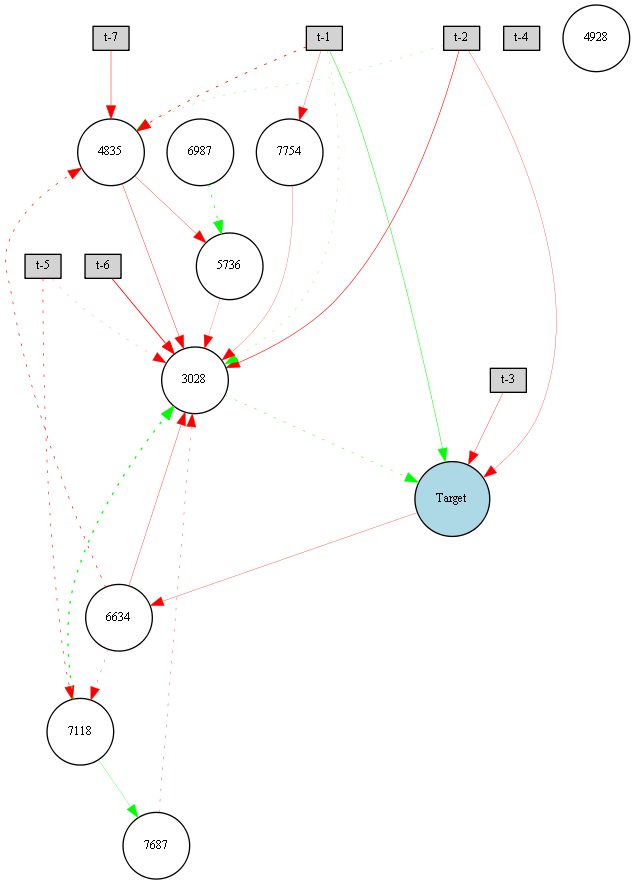
Above: lynx/Digraph.gv.png in lafengxiaoyu/ENN (Graphviz), before the change. Its source is kept beside it as lynx/Digraph.gv.
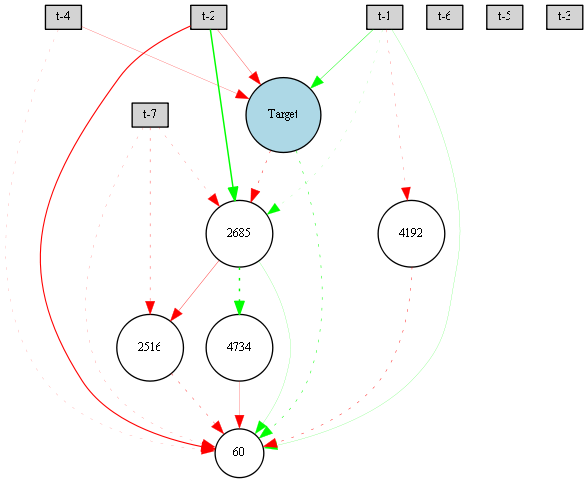
The same diagram one commit later.

What changed in the source:
```diff
@@ -8,38 +8,29 @@
 	"t-2" [fillcolor=lightgray shape=box style=filled]
 	"t-1" [fillcolor=lightgray shape=box style=filled]
 	Target [fillcolor=lightblue style=filled]
-	4928 [fillcolor=white style=filled]
-	4835 [fillcolor=white style=filled]
-	7687 [fillcolor=white style=filled]
-	5736 [fillcolor=white style=filled]
-	6634 [fillcolor=white style=filled]
-	6987 [fillcolor=white style=filled]
-	7754 [fillcolor=white style=filled]
-	7118 [fillcolor=white style=filled]
-	3028 [fillcolor=white style=filled]
-	"t-1" -> Target [color=green penwidth=0.3823999247398848 style=solid]
-	"t-3" -> Target [color=red penwidth=0.26522197722684004 style=solid]
-	"t-2" -> Target [color=red penwidth=0.21051494178168956 style=solid]
-	"t-2" -> 3028 [color=red penwidth=0.4413328741598256 style=solid]
-	3028 -> Target [color=green penwidth=0.3210367304281183 style=dotted]
-	"t-6" -> 3028 [color=red penwidth=0.6310086535030269 style=solid]
-	"t-5" -> 3028 [color=red penwidth=0.12918875650989445 style=dotted]
-	"t-1" -> 3028 [color=green penwidth=0.181253789460309 style=dotted]
-	4835 -> 3028 [color=red penwidth=0.2877802374846834 style=solid]
-	"t-7" -> 4835 [color=red penwidth=0.3680240218175388 style=solid]
-	4835 -> 5736 [color=red penwidth=0.2387735242537908 style=solid]
-	5736 -> 3028 [color=red penwidth=0.16150229364661844 style=solid]
-	"t-1" -> 4835 [color=red penwidth=0.6212504885161342 style=dotted]
-	6634 -> 3028 [color=red penwidth=0.25690300179599457 style=solid]
-	"t-2" -> 4835 [color=green penwidth=0.18168333664367375 style=dotted]
-	6987 -> 5736 [color=green penwidth=0.5462969282813209 style=dotted]
-	Target -> 6634 [color=red penwidth=0.2257040761420234 style=solid]
-	"t-5" -> 7118 [color=red penwidth=0.44514084759623107 style=dotted]
-	7118 -> 3028 [color=green penwidth=0.9742687243947283 style=dotted]
-	6634 -> 7118 [color=red penwidth=0.2255625281192124 style=dotted]
-	6634 -> 4835 [color=red penwidth=0.4798538622037294 style=dotted]
-	7118 -> 7687 [color=green penwidth=0.20269864263770843 style=solid]
-	7687 -> 3028 [color=red penwidth=0.25812323073916943 style=dotted]
-	"t-1" -> 7754 [color=red penwidth=0.21491335201898465 style=solid]
-	7754 -> 3028 [color=red penwidth=0.17941511321170167 style=solid]
+	4192 [fillcolor=white style=filled]
+	2516 [fillcolor=white style=filled]
+	60 [fillcolor=white style=filled]
+	2685 [fillcolor=white style=filled]
+	4734 [fillcolor=white style=filled]
+	"t-7" -> 60 [color=red penwidth=0.13034931660645588 style=dotted]
+	"t-2" -> 60 [color=red penwidth=0.8271284733938301 style=solid]
+	"t-1" -> 60 [color=green penwidth=0.13301844843259014 style=solid]
+	"t-4" -> Target [color=red penwidth=0.17343410747757315 style=solid]
+	"t-1" -> Target [color=green penwidth=0.339091465487949 style=solid]
+	"t-7" -> 2516 [color=red penwidth=0.2630496038985005 style=dotted]
+	2516 -> 60 [color=red penwidth=0.27776733343630955 style=dotted]
+	"t-1" -> 2685 [color=green penwidth=0.10227628055601506 style=dotted]
+	2685 -> 60 [color=green penwidth=0.12783884952621996 style=solid]
+	"t-4" -> 60 [color=red penwidth=0.10404642714354259 style=dotted]
+	Target -> 60 [color=green penwidth=0.38103456548951986 style=dotted]
+	Target -> 2685 [color=red penwidth=0.34387333671103115 style=dotted]
+	"t-1" -> 4192 [color=red penwidth=0.17217821217165777 style=dotted]
+	4192 -> 60 [color=red penwidth=0.32813280634837005 style=dotted]
+	"t-2" -> 2685 [color=green penwidth=1.1 style=solid]
+	"t-7" -> 2685 [color=red penwidth=0.1474834504268817 style=dotted]
+	2685 -> 4734 [color=green penwidth=1.0429271458109974 style=dotted]
+	4734 -> 60 [color=red penwidth=0.2025546052090738 style=solid]
+	2685 -> 2516 [color=red penwidth=0.27508967102570014 style=solid]
+	"t-2" -> Target [color=red penwidth=0.24147492360602435 style=solid]
 }
```
